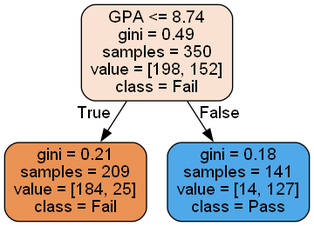
This is 2023.02.20/2023.02.20_머신러닝_실습자료/배우기/tree.png from OhYesLee/KT_python_jupyter_notebook, a Graphviz export, as it was before one commit. Its source is kept beside it as 2023.02.20/2023.02.20_머신러닝_실습자료/배우기/tree.dot.
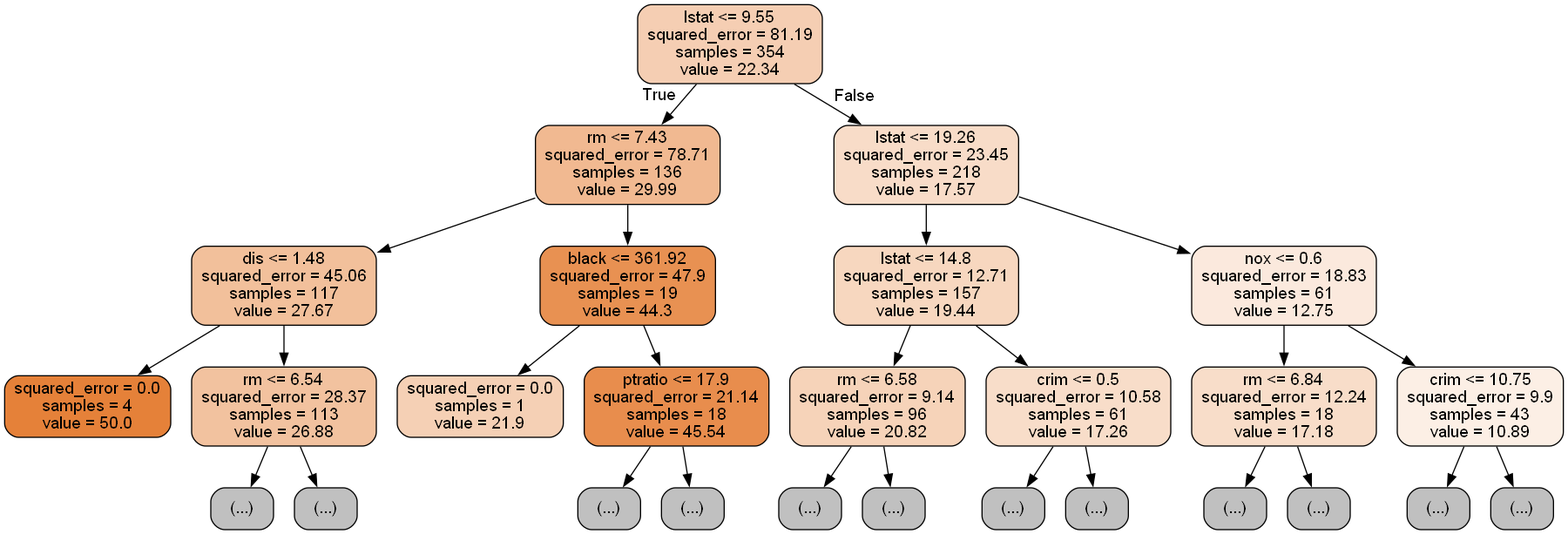
Later version of the same file.

Diff of the diagram source:
```diff
@@ -1,9 +1,57 @@
 digraph Tree {
 node [shape=box, style="filled, rounded", color="black", fontname="helvetica"] ;
 edge [fontname="helvetica"] ;
-0 [label="GPA <= 8.74\ngini = 0.49\nsamples = 350\nvalue = [198, 152]\nclass = Fail", fillcolor="#f9e2d1"] ;
-1 [label="gini = 0.21\nsamples = 209\nvalue = [184, 25]\nclass = Fail", fillcolor="#e99254"] ;
+0 [label="lstat <= 9.55\nsquared_error = 81.19\nsamples = 354\nvalue = 22.34", fillcolor="#f5ceb3"] ;
+1 [label="rm <= 7.43\nsquared_error = 78.71\nsamples = 136\nvalue = 29.99", fillcolor="#f1b991"] ;
 0 -> 1 [labeldistance=2.5, labelangle=45, headlabel="True"] ;
-2 [label="gini = 0.18\nsamples = 141\nvalue = [14, 127]\nclass = Pass", fillcolor="#4fa8e8"] ;
-0 -> 2 [labeldistance=2.5, labelangle=-45, headlabel="False"] ;
+2 [label="dis <= 1.48\nsquared_error = 45.06\nsamples = 117\nvalue = 27.67", fillcolor="#f2c09b"] ;
+1 -> 2 ;
+3 [label="squared_error = 0.0\nsamples = 4\nvalue = 50.0", fillcolor="#e58139"] ;
+2 -> 3 ;
+4 [label="rm <= 6.54\nsquared_error = 28.37\nsamples = 113\nvalue = 26.88", fillcolor="#f2c29f"] ;
+2 -> 4 ;
+5 [label="(...)", fillcolor="#C0C0C0"] ;
+4 -> 5 ;
+106 [label="(...)", fillcolor="#C0C0C0"] ;
+4 -> 106 ;
+221 [label="black <= 361.92\nsquared_error = 47.9\nsamples = 19\nvalue = 44.3", fillcolor="#e89152"] ;
+1 -> 221 ;
+222 [label="squared_error = 0.0\nsamples = 1\nvalue = 21.9", fillcolor="#f5d0b5"] ;
+221 -> 222 ;
+223 [label="ptratio <= 17.9\nsquared_error = 21.14\nsamples = 18\nvalue = 45.54", fillcolor="#e88d4d"] ;
+221 -> 223 ;
+224 [label="(...)", fillcolor="#C0C0C0"] ;
+223 -> 224 ;
+243 [label="(...)", fillcolor="#C0C0C0"] ;
+223 -> 243 ;
+250 [label="lstat <= 19.26\nsquared_error = 23.45\nsamples = 218\nvalue = 17.57", fillcolor="#f8dcc8"] ;
+0 -> 250 [labeldistance=2.5, labelangle=-45, headlabel="False"] ;
+251 [label="lstat <= 14.8\nsquared_error = 12.71\nsamples = 157\nvalue = 19.44", fillcolor="#f7d7bf"] ;
+250 -> 251 ;
+252 [label="rm <= 6.58\nsquared_error = 9.14\nsamples = 96\nvalue = 20.82", fillcolor="#f6d3b9"] ;
+251 -> 252 ;
+253 [label="(...)", fillcolor="#C0C0C0"] ;
+252 -> 253 ;
+424 [label="(...)", fillcolor="#C0C0C0"] ;
+252 -> 424 ;
+439 [label="crim <= 0.5\nsquared_error = 10.58\nsamples = 61\nvalue = 17.26", fillcolor="#f8ddc9"] ;
+251 -> 439 ;
+440 [label="(...)", fillcolor="#C0C0C0"] ;
+439 -> 440 ;
+489 [label="(...)", fillcolor="#C0C0C0"] ;
+439 -> 489 ;
+558 [label="nox <= 0.6\nsquared_error = 18.83\nsamples = 61\nvalue = 12.75", fillcolor="#fbe9dd"] ;
+250 -> 558 ;
+559 [label="rm <= 6.84\nsquared_error = 12.24\nsamples = 18\nvalue = 17.18", fillcolor="#f8ddc9"] ;
+558 -> 559 ;
+560 [label="(...)", fillcolor="#C0C0C0"] ;
+559 -> 560 ;
+591 [label="(...)", fillcolor="#C0C0C0"] ;
+559 -> 591 ;
+592 [label="crim <= 10.75\nsquared_error = 9.9\nsamples = 43\nvalue = 10.89", fillcolor="#fcefe5"] ;
+558 -> 592 ;
+593 [label="(...)", fillcolor="#C0C0C0"] ;
+592 -> 593 ;
+630 [label="(...)", fillcolor="#C0C0C0"] ;
+592 -> 630 ;
 }
```
